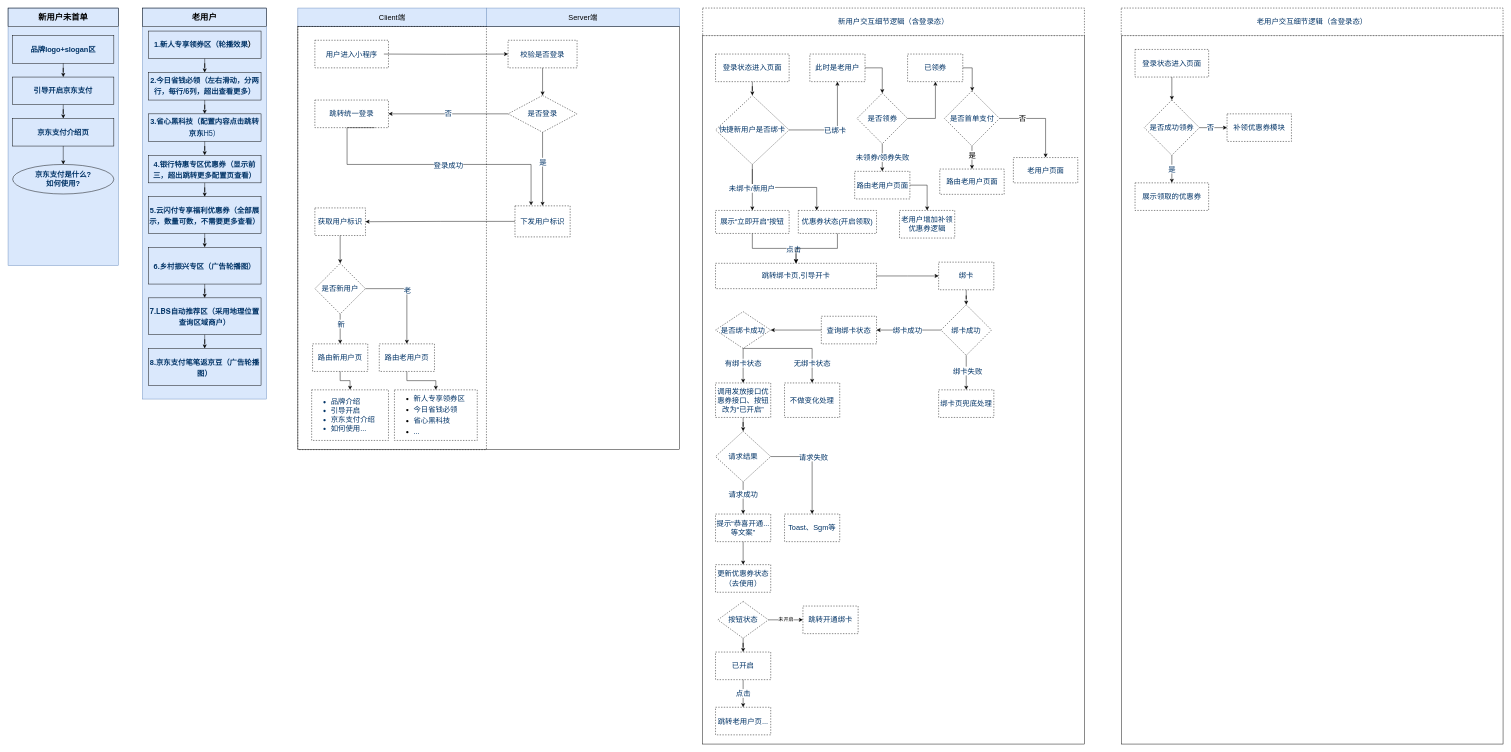
This is 整体架构图.drawio from joh126/v_project, a draw.io file, before an edit. Source tidied: cells renumbered, new cells numbered last; positions are measured from the earlier drawing's top-left corner, leaving out a move shared by most shapes. Both pictures are drawn from the tidied source at 46%, with x=0, y=0 at pixel (8, 8).
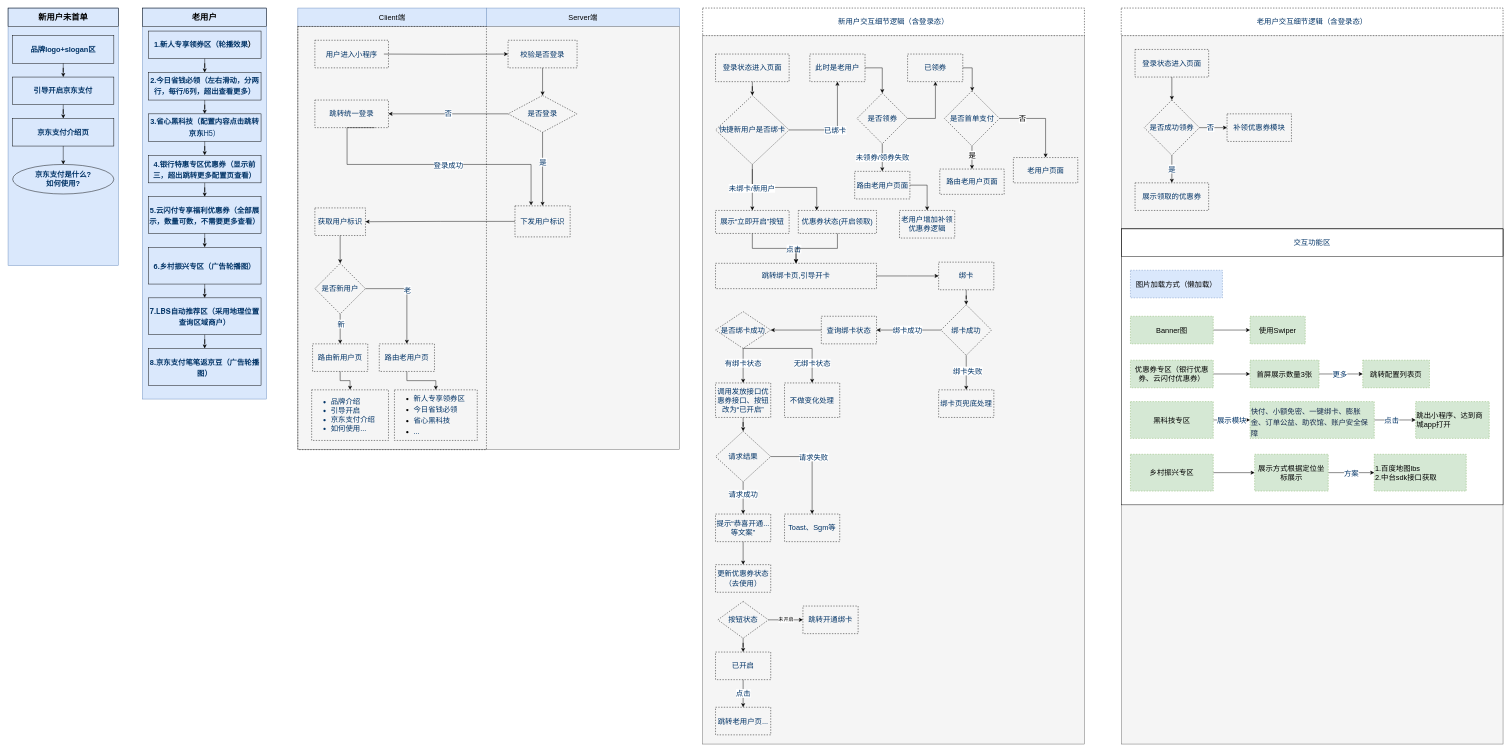
The same page after the edit.

Commit message (it also covers changes not shown here):
Update 整体架构图.drawio

What changed in the source:
```diff
@@
-    <mxCell id="31" style="rounded=0;whiteSpace=wrap;html=1;sketch=0;fontFamily=Helvetica;fontSize=16;fontColor=#003366;strokeColor=default;fillColor=none;" parent="1" vertex="1">
+    <mxCell id="31" style="rounded=0;whiteSpace=wrap;html=1;sketch=0;fontFamily=Helvetica;fontSize=16;fontColor=#333333;strokeColor=#666666;fillColor=#f5f5f5;" parent="1" vertex="1">
       <mxGeometry x="630" y="40" width="830" height="920" as="geometry" />
     </mxCell>
@@
-    <mxCell id="59" style="rounded=0;whiteSpace=wrap;html=1;sketch=0;fontFamily=Helvetica;fontSize=16;fontColor=#003366;strokeColor=default;fillColor=none;" parent="1" vertex="1">
+    <mxCell id="59" style="rounded=0;whiteSpace=wrap;html=1;sketch=0;fontFamily=Helvetica;fontSize=16;fontColor=#333333;strokeColor=#666666;fillColor=#f5f5f5;" parent="1" vertex="1">
       <mxGeometry x="1510" y="60" width="830" height="1540" as="geometry" />
     </mxCell>
@@
-    <mxCell id="129" style="rounded=0;whiteSpace=wrap;html=1;sketch=0;fontFamily=Helvetica;fontSize=16;fontColor=#003366;strokeColor=default;fillColor=none;" parent="1" vertex="1">
+    <mxCell id="129" style="rounded=0;whiteSpace=wrap;html=1;sketch=0;fontFamily=Helvetica;fontSize=16;fontColor=#333333;strokeColor=#666666;fillColor=#f5f5f5;" parent="1" vertex="1">
       <mxGeometry x="2420" y="60" width="830" height="1540" as="geometry" />
     </mxCell>
@@
+    <mxCell id="139" style="rounded=0;whiteSpace=wrap;html=1;labelBackgroundColor=none;fontSize=16;fontColor=#003366;fillColor=default;" parent="1" vertex="1">
+      <mxGeometry x="2420" y="480" width="830" height="600" as="geometry" />
+    </mxCell>
+    <mxCell id="140" style="edgeStyle=orthogonalEdgeStyle;rounded=0;jettySize=auto;html=1;fontSize=16;fontColor=#003366;" parent="1" edge="1" source="141" target="142">
+      <mxGeometry relative="1" as="geometry" />
+    </mxCell>
+    <mxCell id="141" value="Banner图" style="whiteSpace=wrap;html=1;fontSize=16;fillColor=#d5e8d4;rounded=0;dashed=1;sketch=0;strokeColor=#82b366;" parent="1" vertex="1">
+      <mxGeometry x="2440" y="670" width="180" height="60" as="geometry" />
+    </mxCell>
+    <mxCell id="142" value="使用Swiper" style="whiteSpace=wrap;html=1;fontSize=16;fillColor=#d5e8d4;rounded=0;dashed=1;sketch=0;strokeColor=#82b366;" parent="1" vertex="1">
+      <mxGeometry x="2700" y="670" width="120" height="60" as="geometry" />
+    </mxCell>
+    <mxCell id="143" style="edgeStyle=orthogonalEdgeStyle;rounded=0;jettySize=auto;html=1;fontSize=16;fontColor=#003366;" parent="1" edge="1" source="144" target="147">
+      <mxGeometry relative="1" as="geometry" />
+    </mxCell>
+    <mxCell id="144" value="优惠券专区（银行优惠券、云闪付优惠券）" style="whiteSpace=wrap;html=1;fontSize=16;fillColor=#d5e8d4;rounded=0;dashed=1;sketch=0;strokeColor=#82b366;" parent="1" vertex="1">
+      <mxGeometry x="2440" y="765.5" width="180" height="60" as="geometry" />
+    </mxCell>
+    <mxCell id="145" style="edgeStyle=orthogonalEdgeStyle;rounded=0;jettySize=auto;html=1;fontSize=16;fontColor=#003366;" parent="1" edge="1" source="147" target="148">
+      <mxGeometry relative="1" as="geometry" />
+    </mxCell>
+    <mxCell id="146" value="更多" style="edgeLabel;html=1;align=center;verticalAlign=middle;fontSize=16;fontColor=#003366;" parent="145" vertex="1">
+      <mxGeometry x="-0.08" y="-3" relative="1" as="geometry">
+        <mxPoint y="-3" as="offset" />
+      </mxGeometry>
+    </mxCell>
+    <mxCell id="147" value="首屏展示数量3张" style="whiteSpace=wrap;html=1;fontSize=16;fillColor=#d5e8d4;rounded=0;dashed=1;sketch=0;strokeColor=#82b366;" parent="1" vertex="1">
+      <mxGeometry x="2700" y="765.5" width="150" height="60" as="geometry" />
+    </mxCell>
+    <mxCell id="148" value="跳转配置列表页" style="whiteSpace=wrap;html=1;fontSize=16;fillColor=#d5e8d4;rounded=0;dashed=1;sketch=0;strokeColor=#82b366;" parent="1" vertex="1">
+      <mxGeometry x="2945" y="765.5" width="145" height="60" as="geometry" />
+    </mxCell>
+    <mxCell id="149" style="edgeStyle=orthogonalEdgeStyle;rounded=0;jettySize=auto;html=1;fontSize=16;fontColor=#003366;" parent="1" edge="1" source="151" target="154">
+      <mxGeometry relative="1" as="geometry" />
+    </mxCell>
+    <mxCell id="150" value="展示模块" style="edgeLabel;html=1;align=center;verticalAlign=middle;fontSize=16;fontColor=#003366;" parent="149" vertex="1">
+      <mxGeometry x="-0.32" y="-1" relative="1" as="geometry">
+        <mxPoint x="12" y="-1" as="offset" />
+      </mxGeometry>
+    </mxCell>
+    <mxCell id="151" value="黑科技专区" style="whiteSpace=wrap;html=1;fontSize=16;fillColor=#d5e8d4;rounded=0;dashed=1;sketch=0;strokeColor=#82b366;" parent="1" vertex="1">
+      <mxGeometry x="2440" y="855.5" width="180" height="80" as="geometry" />
+    </mxCell>
+    <mxCell id="152" style="edgeStyle=orthogonalEdgeStyle;rounded=0;jettySize=auto;html=1;fontSize=16;fontColor=#003366;" parent="1" edge="1" source="154" target="155">
+      <mxGeometry relative="1" as="geometry" />
+    </mxCell>
+    <mxCell id="153" value="点击" style="edgeLabel;html=1;align=center;verticalAlign=middle;fontSize=16;fontColor=#003366;" parent="152" vertex="1">
+      <mxGeometry x="-0.26" relative="1" as="geometry">
+        <mxPoint x="4" as="offset" />
+      </mxGeometry>
+    </mxCell>
+    <mxCell id="154" value="&lt;h3 id=&quot;id-京东支付小程序一期-”快付、小额免密、一键绑卡、膨胀金、订单公益、助农馆、账户安全保障“入口&quot; style=&quot;margin: 10px 0px 0px ; padding: 0px ; font-size: 16px ; line-height: 1.5 ; letter-spacing: -0.006em ; color: rgb(23 , 43 , 77)&quot;&gt;&lt;span style=&quot;font-weight: normal&quot;&gt;快付、小额免密、一键绑卡、膨胀金、订单公益、助农馆、账户安全保障&lt;/span&gt;&lt;/h3&gt;" style="whiteSpace=wrap;html=1;fontSize=16;fillColor=#d5e8d4;rounded=0;dashed=1;sketch=0;align=left;strokeColor=#82b366;" parent="1" vertex="1">
+      <mxGeometry x="2700" y="855.5" width="270" height="80" as="geometry" />
+    </mxCell>
+    <mxCell id="155" value="跳出小程序、达到商城app打开" style="whiteSpace=wrap;html=1;fontSize=16;fillColor=#d5e8d4;rounded=0;dashed=1;sketch=0;align=left;strokeColor=#82b366;" parent="1" vertex="1">
+      <mxGeometry x="3060" y="855.5" width="160" height="80" as="geometry" />
+    </mxCell>
+    <mxCell id="156" value="交互功能区" style="rounded=0;whiteSpace=wrap;html=1;labelBackgroundColor=none;fontSize=16;fontColor=#003366;fillColor=none;" parent="1" vertex="1">
+      <mxGeometry x="2420" y="480" width="830" height="60" as="geometry" />
+    </mxCell>
+    <mxCell id="157" style="edgeStyle=orthogonalEdgeStyle;rounded=0;jettySize=auto;html=1;fontSize=16;fontColor=#003366;" parent="1" edge="1" source="158" target="161">
+      <mxGeometry relative="1" as="geometry" />
+    </mxCell>
+    <mxCell id="158" value="乡村振兴专区" style="whiteSpace=wrap;html=1;fontSize=16;fillColor=#d5e8d4;rounded=0;dashed=1;sketch=0;strokeColor=#82b366;" parent="1" vertex="1">
+      <mxGeometry x="2440" y="970" width="180" height="80" as="geometry" />
+    </mxCell>
+    <mxCell id="159" style="edgeStyle=orthogonalEdgeStyle;rounded=0;jettySize=auto;html=1;fontSize=16;fontColor=#003366;" parent="1" edge="1" source="161" target="162">
+      <mxGeometry relative="1" as="geometry" />
+    </mxCell>
+    <mxCell id="160" value="方案" style="edgeLabel;html=1;align=center;verticalAlign=middle;fontSize=16;fontColor=#003366;" parent="159" vertex="1">
+      <mxGeometry x="-0.43" y="-1" relative="1" as="geometry">
+        <mxPoint x="20" y="-1" as="offset" />
+      </mxGeometry>
+    </mxCell>
+    <mxCell id="161" value="展示方式根据定位坐标展示" style="whiteSpace=wrap;html=1;fontSize=16;fillColor=#d5e8d4;rounded=0;dashed=1;sketch=0;strokeColor=#82b366;" parent="1" vertex="1">
+      <mxGeometry x="2710" y="970" width="160" height="80" as="geometry" />
+    </mxCell>
+    <mxCell id="162" value="1.百度地图lbs&lt;br&gt;2.中台sdk接口获取" style="whiteSpace=wrap;html=1;fontSize=16;fillColor=#d5e8d4;rounded=0;dashed=1;sketch=0;align=left;strokeColor=#82b366;" parent="1" vertex="1">
+      <mxGeometry x="2970" y="970" width="200" height="80" as="geometry" />
+    </mxCell>
+    <mxCell id="163" value="图片加载方式（懒加载）" style="whiteSpace=wrap;html=1;fontSize=16;fillColor=#dae8fc;rounded=0;dashed=1;sketch=0;strokeColor=#6c8ebf;" parent="1" vertex="1">
+      <mxGeometry x="2440" y="570" width="200" height="60" as="geometry" />
+    </mxCell>
```
